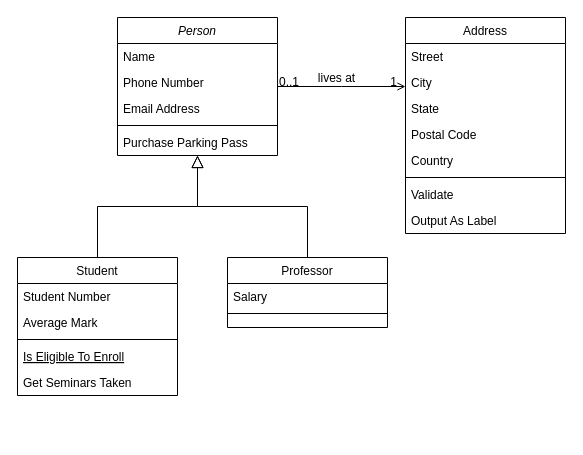
The draw.io diagram Diagramme sans nom.drawio in maybe0608/wave, before the edit. Source tidied: cells renumbered, new cells numbered last; positions are measured from the earlier drawing's top-left corner, leaving out a move shared by most shapes. Both pictures are drawn from the tidied source at 100%, with x=0, y=0 at pixel (17, 17).
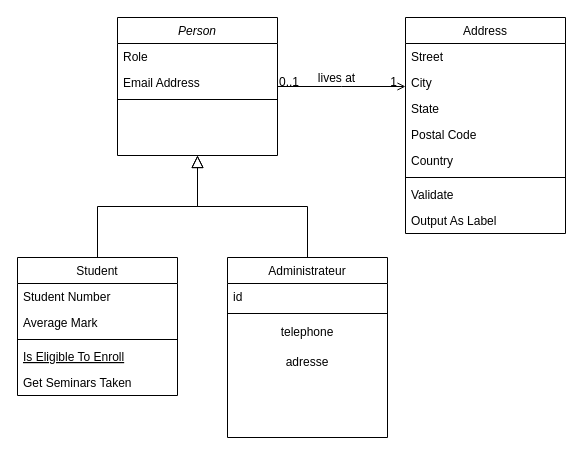
The same diagram, later.

Commit message:
Mettre à jour Diagramme sans nom.drawio

Unchanged cells that the change refers to:
```xml
<mxCell id="2" value="Person" style="swimlane;fontStyle=2;align=center;verticalAlign=top;horizontal=1;startSize=26;rounded=0;shadow=0;strokeWidth=1;" parent="1" vertex="1">
  <mxGeometry x="100" width="160" height="138" as="geometry" />
</mxCell>
```

The edit, as a diff of the source:
```diff
@@
-    <mxCell id="3" value="Name" style="text;align=left;verticalAlign=top;spacingLeft=4;spacingRight=4;overflow=hidden;" parent="2" vertex="1">
+    <mxCell id="3" value="Role" style="text;align=left;verticalAlign=top;spacingLeft=4;spacingRight=4;overflow=hidden;" parent="2" vertex="1">
       <mxGeometry y="26" width="160" height="26" as="geometry" />
     </mxCell>
-    <mxCell id="4" value="Phone Number" style="text;align=left;verticalAlign=top;spacingLeft=4;spacingRight=4;overflow=hidden;rounded=0;shadow=0;html=0;" parent="2" vertex="1">
-      <mxGeometry y="52" width="160" height="26" as="geometry" />
-    </mxCell>
     <mxCell id="5" value="Email Address" style="text;align=left;verticalAlign=top;spacingLeft=4;spacingRight=4;overflow=hidden;rounded=0;shadow=0;html=0;" parent="2" vertex="1">
-      <mxGeometry y="78" width="160" height="26" as="geometry" />
+      <mxGeometry y="52" width="160" height="26" as="geometry" />
     </mxCell>
     <mxCell id="6" style="line;html=1;strokeWidth=1;align=left;verticalAlign=middle;spacingTop=-1;spacingLeft=3;spacingRight=3;labelPosition=right;" parent="2" vertex="1">
-      <mxGeometry y="104" width="160" height="8" as="geometry" />
+      <mxGeometry y="78" width="160" height="8" as="geometry" />
     </mxCell>
-    <mxCell id="7" value="Purchase Parking Pass" style="text;align=left;verticalAlign=top;spacingLeft=4;spacingRight=4;overflow=hidden;" parent="2" vertex="1">
-      <mxGeometry y="112" width="160" height="26" as="geometry" />
-    </mxCell>
@@
-    <mxCell id="15" value="Professor" style="swimlane;fontStyle=0;align=center;verticalAlign=top;horizontal=1;startSize=26;rounded=0;shadow=0;strokeWidth=1;" parent="1" vertex="1">
-      <mxGeometry x="210" y="240" width="160" height="70" as="geometry" />
+    <mxCell id="15" value="Administrateur" style="swimlane;fontStyle=0;align=center;verticalAlign=top;horizontal=1;startSize=26;rounded=0;shadow=0;strokeWidth=1;" parent="1" vertex="1">
+      <mxGeometry x="210" y="240" width="160" height="180" as="geometry" />
     </mxCell>
-    <mxCell id="16" value="Salary" style="text;align=left;verticalAlign=top;spacingLeft=4;spacingRight=4;overflow=hidden;" parent="15" vertex="1">
+    <mxCell id="16" value="id &#10;" style="text;align=left;verticalAlign=top;spacingLeft=4;spacingRight=4;overflow=hidden;" parent="15" vertex="1">
       <mxGeometry y="26" width="160" height="26" as="geometry" />
     </mxCell>
@@
+    <mxCell id="32" value="telephone" style="text;html=1;strokeColor=none;fillColor=none;align=center;verticalAlign=middle;whiteSpace=wrap;rounded=0;" parent="15" vertex="1">
+      <mxGeometry y="60" width="160" height="30" as="geometry" />
+    </mxCell>
+    <mxCell id="33" value="adresse" style="text;html=1;strokeColor=none;fillColor=none;align=center;verticalAlign=middle;whiteSpace=wrap;rounded=0;" parent="15" vertex="1">
+      <mxGeometry y="90" width="160" height="30" as="geometry" />
+    </mxCell>
```
